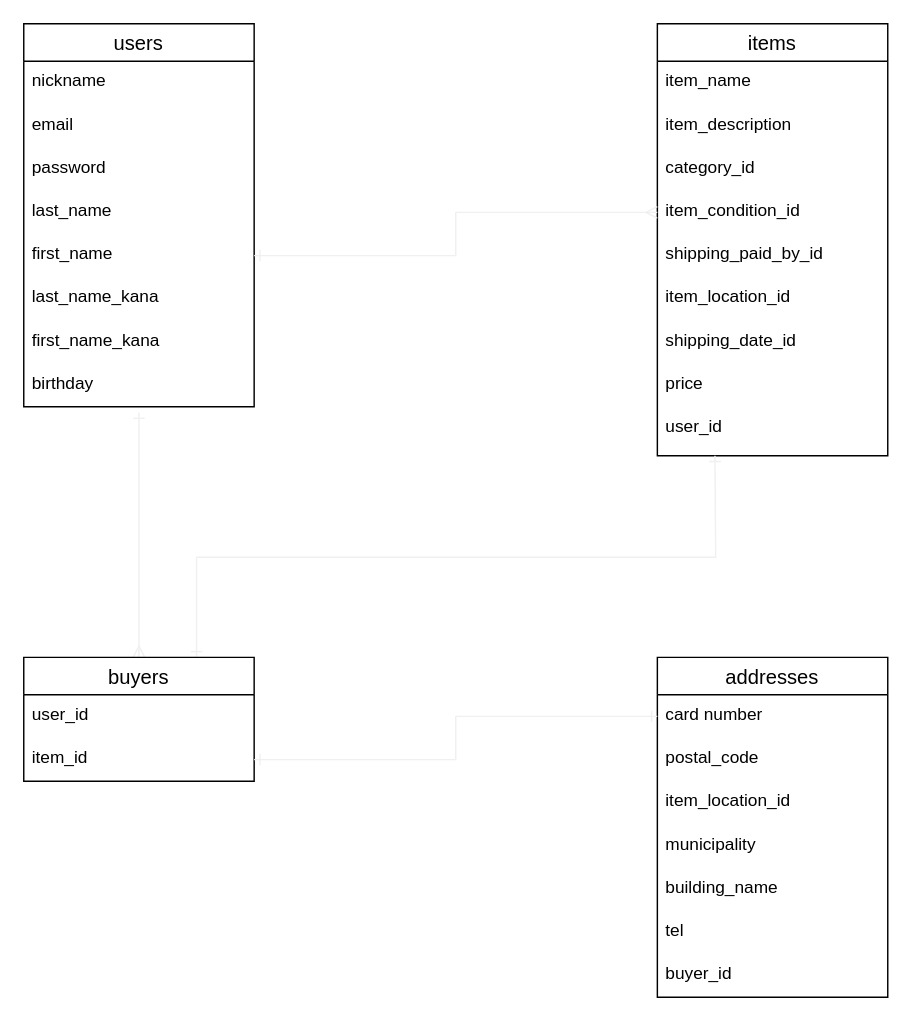
The draw.io diagram furima_er.dio in yuta8995/furima-34750, before the edit. Source tidied: cells renumbered, new cells numbered last; positions are measured from the earlier drawing's top-left corner, leaving out a move shared by most shapes. Both pictures are drawn from the tidied source at 144%, with x=0, y=0 at pixel (23, 23).
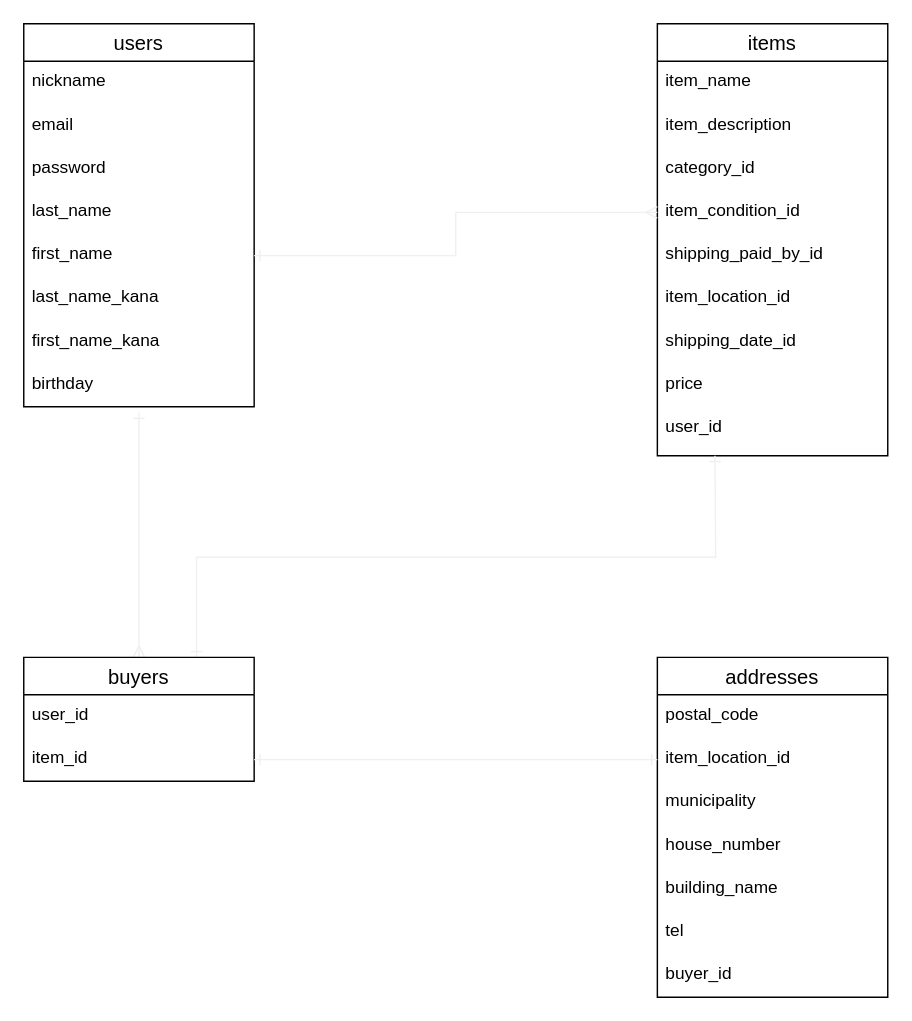
After the change.

Commit message (it also covers changes not shown here):
Formオブジェクトの作成、ER図とDB設計の修正

The change refers to these unchanged cells:
```xml
<mxCell id="25" value="item_id" style="text;strokeColor=none;fillColor=none;spacingLeft=4;spacingRight=4;overflow=hidden;points=[[0,0.5],[1,0.5]];portConstraint=eastwest;fontSize=12;" parent="23" vertex="1">
  <mxGeometry y="56" width="160" height="30" as="geometry" />
</mxCell>
<mxCell id="26" value="addresses" style="swimlane;fontStyle=0;horizontal=1;startSize=26;align=center;fontSize=14;" parent="1" vertex="1">
  <mxGeometry x="440" y="440" width="160" height="236" as="geometry" />
</mxCell>
```

Diff of the diagram source:
```diff
@@
-    <mxCell id="27" value="card number" style="text;strokeColor=none;fillColor=none;spacingLeft=4;spacingRight=4;overflow=hidden;points=[[0,0.5],[1,0.5]];portConstraint=eastwest;fontSize=12;" parent="26" vertex="1">
-      <mxGeometry y="26" width="160" height="30" as="geometry" />
-    </mxCell>
     <mxCell id="28" value="postal_code" style="text;strokeColor=none;fillColor=none;spacingLeft=4;spacingRight=4;overflow=hidden;fontSize=12;" parent="26" vertex="1">
-      <mxGeometry y="56" width="160" height="30" as="geometry" />
+      <mxGeometry y="26" width="160" height="30" as="geometry" />
     </mxCell>
     <mxCell id="29" value="item_location_id" style="text;strokeColor=none;fillColor=none;spacingLeft=4;spacingRight=4;overflow=hidden;points=[[0,0.5],[1,0.5]];portConstraint=eastwest;fontSize=12;" parent="26" vertex="1">
-      <mxGeometry y="86" width="160" height="30" as="geometry" />
+      <mxGeometry y="56" width="160" height="30" as="geometry" />
     </mxCell>
     <mxCell id="30" value="municipality" style="text;strokeColor=none;fillColor=none;spacingLeft=4;spacingRight=4;overflow=hidden;fontSize=12;" parent="26" vertex="1">
-      <mxGeometry y="116" width="160" height="30" as="geometry" />
+      <mxGeometry y="86" width="160" height="30" as="geometry" />
     </mxCell>
+    <mxCell id="36" value="house_number" style="text;strokeColor=none;fillColor=none;spacingLeft=4;spacingRight=4;overflow=hidden;fontSize=12;" parent="26" vertex="1">
+      <mxGeometry y="116" width="160" height="30" as="geometry" />
+    </mxCell>
@@
-    <mxCell id="35" style="edgeStyle=orthogonalEdgeStyle;rounded=0;jumpSize=6;jettySize=auto;html=1;exitX=1;exitY=0.5;exitDx=0;exitDy=0;entryX=0;entryY=0.5;entryDx=0;entryDy=0;startArrow=ERone;startFill=0;startSize=6;endArrow=ERone;endFill=0;endSize=6;strokeColor=#f0f0f0;strokeWidth=1;" parent="1" edge="1" source="25" target="27">
+    <mxCell id="35" style="edgeStyle=orthogonalEdgeStyle;rounded=0;jumpSize=6;jettySize=auto;html=1;exitX=1;exitY=0.5;exitDx=0;exitDy=0;startArrow=ERone;startFill=0;startSize=6;endArrow=ERone;endFill=0;endSize=6;strokeColor=#f0f0f0;strokeWidth=1;entryX=0;entryY=0.5;entryDx=0;entryDy=0;" parent="1" edge="1" source="25" target="29">
       <mxGeometry relative="1" as="geometry" />
     </mxCell>
```
